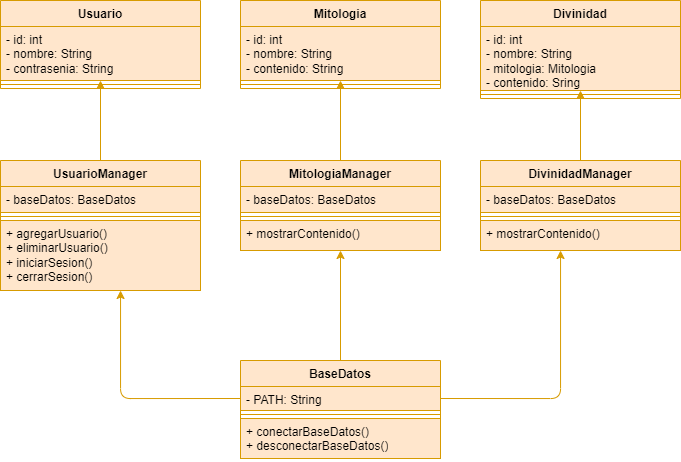
Above: images/diagrama-clases.drawio.png in alexfdb/mythology-explorer (draw.io), before the change. Source tidied: cells renumbered, new cells last; positions are measured from the earlier drawing's top-left corner, leaving out a move shared by most shapes.
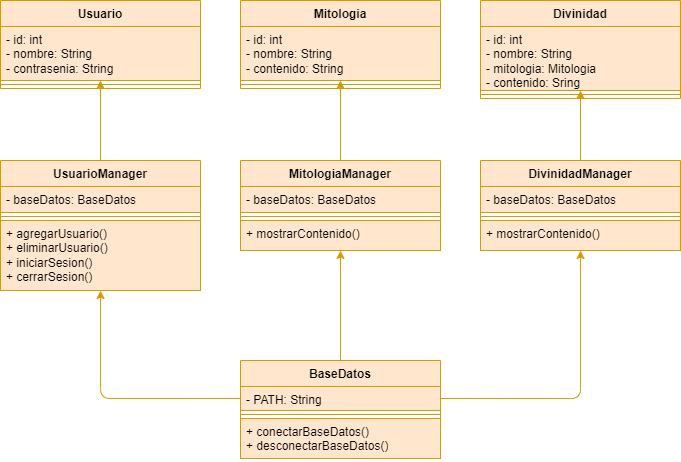
Later version of the same file.

Commit message:
Se diseña el diagrama de clases #7

Change to the diagram source:
```diff
@@ -89,17 +89,17 @@
     <mxCell id="30" value="+ conectarBaseDatos()&lt;div&gt;+ desconectarBaseDatos()&lt;/div&gt;" style="text;strokeColor=#d79b00;fillColor=#ffe6cc;align=left;verticalAlign=top;spacingLeft=4;spacingRight=4;overflow=hidden;whiteSpace=wrap;html=1;" parent="27" vertex="1">
       <mxGeometry y="58" width="200" height="40" as="geometry" />
     </mxCell>
-    <mxCell id="31" style="edgeStyle=orthogonalEdgeStyle;html=1;exitX=0;exitY=0.5;exitDx=0;exitDy=0;fillColor=#ffe6cc;strokeColor=#d79b00;" parent="1" edge="1" source="28" target="15">
+    <mxCell id="31" style="edgeStyle=orthogonalEdgeStyle;html=1;exitX=0;exitY=0.5;exitDx=0;exitDy=0;fillColor=#ffe6cc;strokeColor=#d79b00;" parent="1" edge="1" source="28" target="12">
       <mxGeometry relative="1" as="geometry">
         <Array as="points">
-          <mxPoint x="120" y="398" />
+          <mxPoint x="100" y="398" />
         </Array>
       </mxGeometry>
     </mxCell>
-    <mxCell id="32" style="edgeStyle=orthogonalEdgeStyle;html=1;exitX=1;exitY=0.5;exitDx=0;exitDy=0;fillColor=#ffe6cc;strokeColor=#d79b00;" parent="1" edge="1" source="28" target="25">
+    <mxCell id="32" style="edgeStyle=orthogonalEdgeStyle;html=1;exitX=1;exitY=0.5;exitDx=0;exitDy=0;fillColor=#ffe6cc;strokeColor=#d79b00;" parent="1" edge="1" source="28" target="22">
       <mxGeometry relative="1" as="geometry">
         <Array as="points">
-          <mxPoint x="560" y="398" />
+          <mxPoint x="580" y="398" />
         </Array>
       </mxGeometry>
     </mxCell>
```
